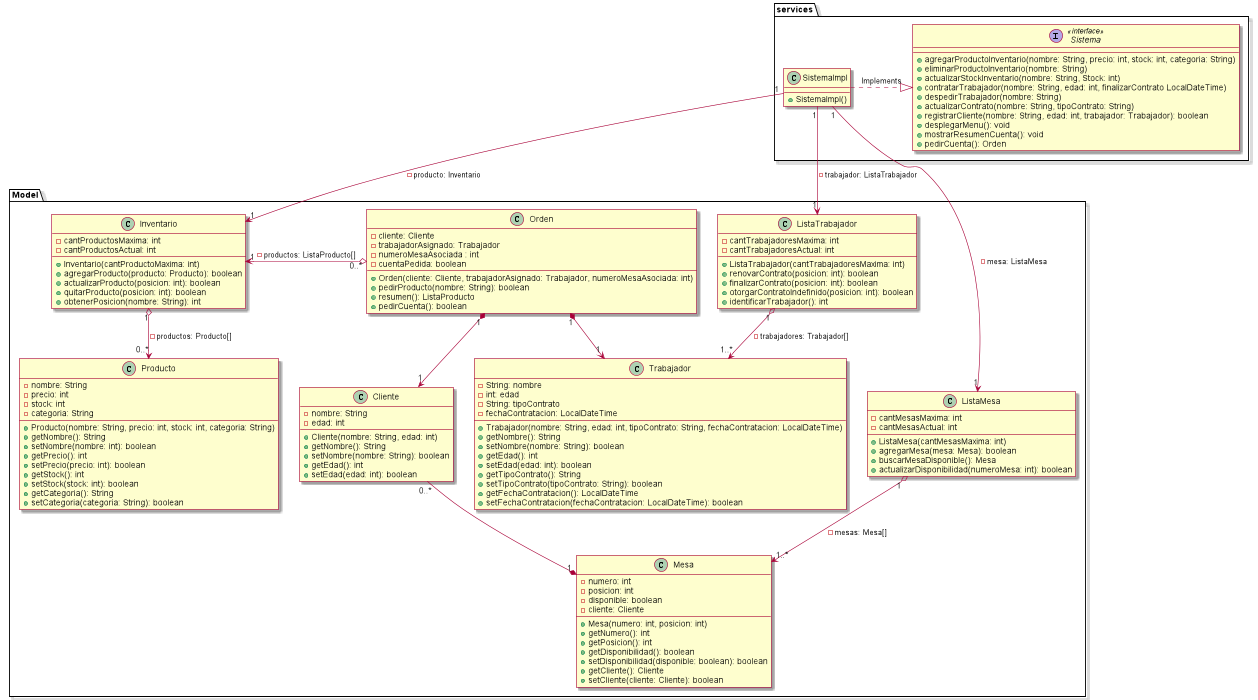
This is src/Diagrama_Clases.png from DanielDiazVargas/Prog.Av._Taller-1, a PlantUML export, as it was before one commit.
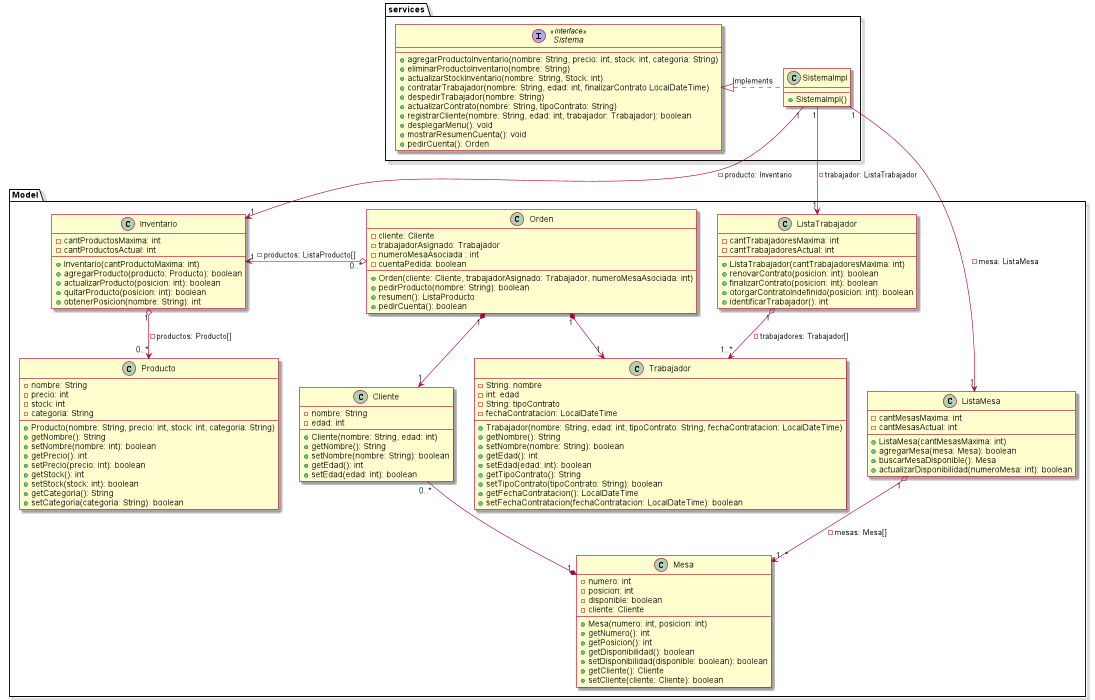
Above is the later version.

The edit, as a diff of the source:
```diff
@@ -23,7 +23,7 @@
         +SistemaImpl()
     }
 
-    Sistema <|.left. SistemaImpl: Implements
+    Sistema <|.right. SistemaImpl: Implements
 }
 
 
```
